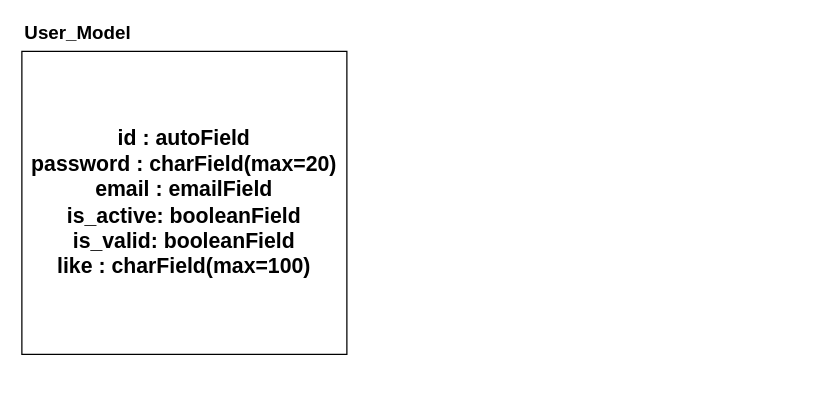
Before: Untitled Diagram.drawio in jiyun0605/HR, a draw.io diagram. Source tidied: cells renumbered, new cells numbered last; positions are measured from the earlier drawing's top-left corner, leaving out a move shared by most shapes. Both pictures are drawn from the tidied source at 125%, with x=0, y=0 at pixel (21, 22).
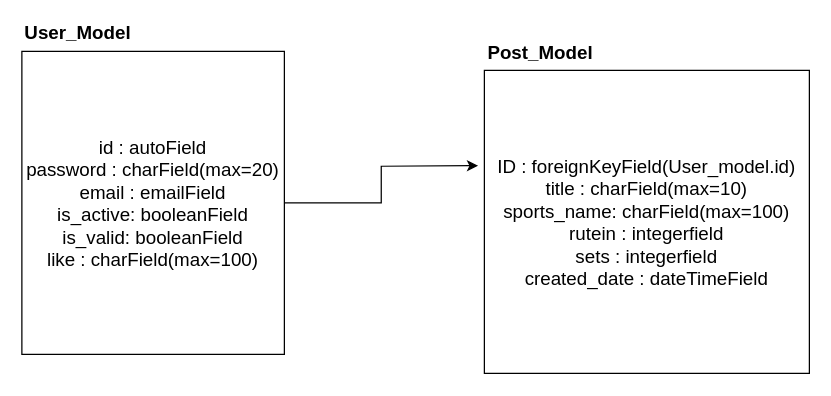
After the change.

Commit message:
Feature : create post_model

Diff of the diagram source:
```diff
@@
 <mxGraphModel>
   <root>
     <mxCell id="0" />
     <mxCell id="1" parent="0" />
     <mxCell id="2" style="group;" parent="1" vertex="1">
       <mxGeometry y="15" width="260" height="250" as="geometry" />
     </mxCell>
-    <mxCell id="3" value="&lt;b style=&quot;font-size: 17px&quot;&gt;id : autoField&lt;br&gt;password : charField(max=20)&lt;br&gt;email : emailField&lt;br&gt;is_active: booleanField&lt;br&gt;is_valid: booleanField&lt;br&gt;like : charField(max=100)&lt;/b&gt;" style="rounded=0;whiteSpace=wrap;html=1;" parent="2" vertex="1">
-      <mxGeometry y="7.6" width="260" height="242.4" as="geometry" />
+    <mxCell id="3" value="&lt;span style=&quot;font-size: 15px&quot;&gt;id : autoField&lt;br&gt;password : charField(max=20)&lt;br&gt;email : emailField&lt;br&gt;is_active: booleanField&lt;br&gt;is_valid: booleanField&lt;br&gt;like : charField(max=100)&lt;/span&gt;" style="rounded=0;whiteSpace=wrap;html=1;" parent="2" vertex="1">
+      <mxGeometry y="7.6" width="210" height="242.4" as="geometry" />
     </mxCell>
     <mxCell id="4" value="&lt;font style=&quot;font-size: 15px&quot;&gt;&lt;b&gt;User_Model&lt;/b&gt;&lt;/font&gt;" style="text;html=1;strokeColor=none;fillColor=none;align=center;verticalAlign=middle;whiteSpace=wrap;rounded=0;" parent="1" vertex="1">
       <mxGeometry y="-0.2" width="89.7" height="15.2" as="geometry" />
     </mxCell>
+    <mxCell id="5" style="group;" parent="1" vertex="1">
+      <mxGeometry x="370" y="30.2" width="260" height="250" as="geometry" />
+    </mxCell>
+    <mxCell id="6" value="&lt;span style=&quot;font-size: 15px&quot;&gt;ID : foreignKeyField(User_model.id)&lt;br&gt;title : charField(max=10)&lt;br&gt;&lt;/span&gt;&lt;span style=&quot;font-size: 15px&quot;&gt;sports_name: charField(max=100)&lt;br&gt;&lt;/span&gt;&lt;span style=&quot;font-size: 15px&quot;&gt;rutein : integerfield&lt;/span&gt;&lt;br&gt;&lt;span style=&quot;font-size: 15px&quot;&gt;sets :&amp;nbsp;&lt;/span&gt;&lt;span style=&quot;font-size: 15px&quot;&gt;integerfield&lt;br&gt;created_date : dateTimeField&lt;br&gt;&lt;/span&gt;" style="rounded=0;whiteSpace=wrap;html=1;" parent="5" vertex="1">
+      <mxGeometry y="7.6" width="260" height="242.4" as="geometry" />
+    </mxCell>
+    <mxCell id="7" value="&lt;span style=&quot;font-size: 15px&quot;&gt;&lt;b&gt;Post_Model&lt;/b&gt;&lt;/span&gt;" style="text;html=1;strokeColor=none;fillColor=none;align=center;verticalAlign=middle;whiteSpace=wrap;rounded=0;" parent="1" vertex="1">
+      <mxGeometry x="370" y="15" width="89.7" height="15.2" as="geometry" />
+    </mxCell>
+    <mxCell id="8" style="edgeStyle=orthogonalEdgeStyle;rounded=0;jettySize=auto;html=1;" parent="1" edge="1" source="3">
+      <mxGeometry relative="1" as="geometry">
+        <mxPoint x="365" y="114" as="targetPoint" />
+      </mxGeometry>
+    </mxCell>
   </root>
 </mxGraphModel>
```
